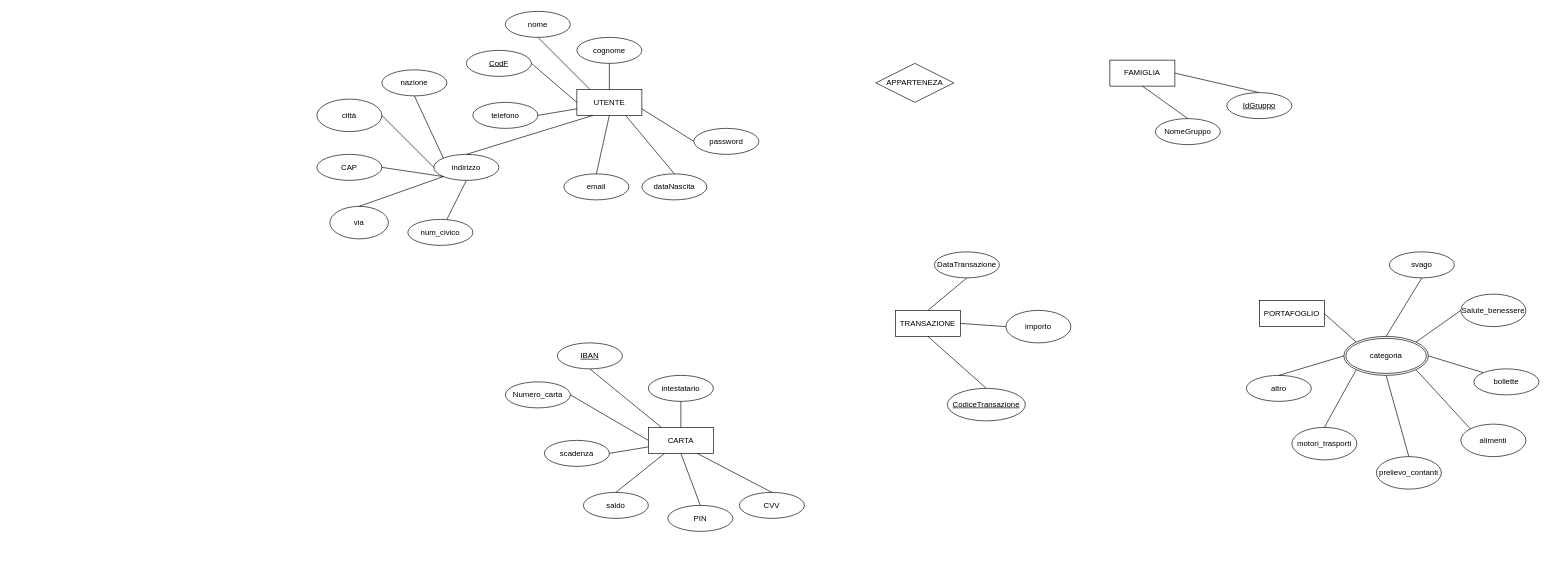
Above: ClassDiagram/baseprog.drawio in giuliagargiulo/Progetto-BDD (draw.io), before the change. Source tidied: cells renumbered, new cells numbered last; positions are measured from the earlier drawing's top-left corner, leaving out a move shared by most shapes. Both pictures are drawn from the tidied source at 65%, with x=0, y=0 at pixel (317, 11).
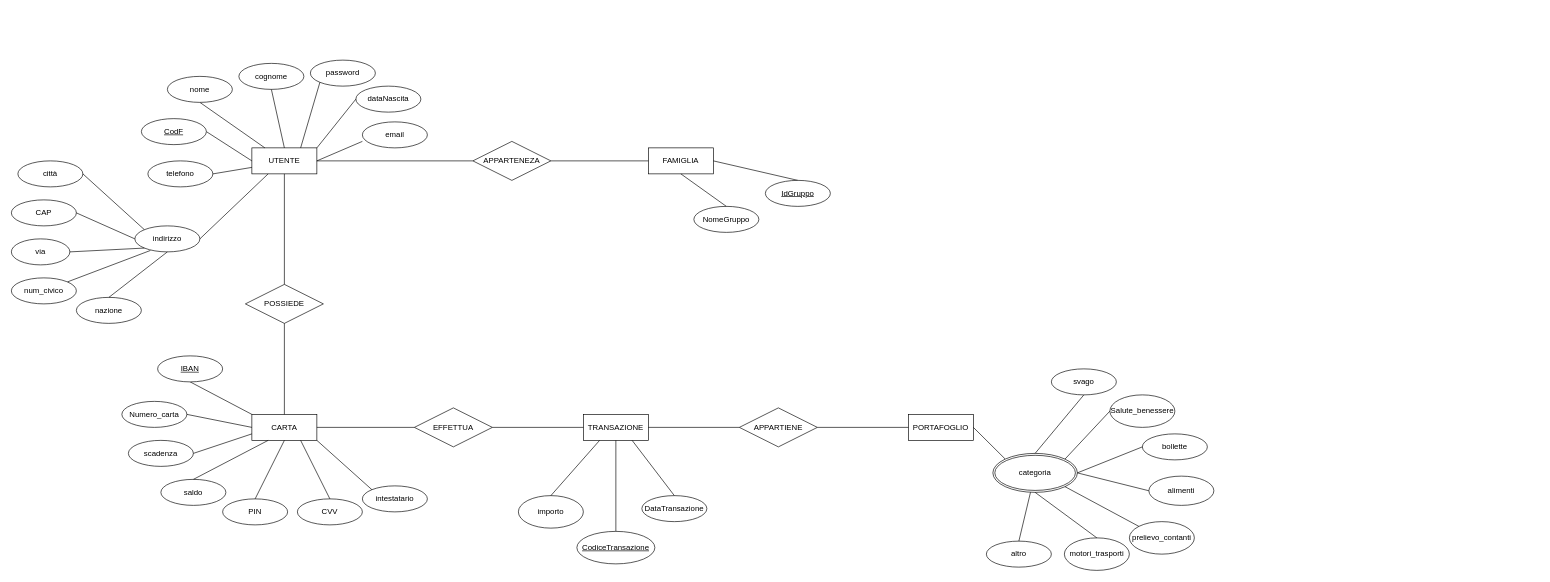
After the change.

What changed in the source:
```diff
@@
     <mxCell id="2" value="UTENTE" style="whiteSpace=wrap;html=1;align=center;rotation=0;" parent="1" vertex="1">
-      <mxGeometry x="400" y="120" width="100" height="40" as="geometry" />
+      <mxGeometry x="-100" y="210" width="100" height="40" as="geometry" />
     </mxCell>
     <mxCell id="3" style="endArrow=none;html=1;rounded=0;entryX=0.5;entryY=1;entryDx=0;entryDy=0;" parent="1" edge="1" target="4">
       <mxGeometry relative="1" as="geometry">
-        <mxPoint x="420" y="120" as="sourcePoint" />
+        <mxPoint x="-80" y="210" as="sourcePoint" />
       </mxGeometry>
     </mxCell>
     <mxCell id="4" value="nome" style="ellipse;whiteSpace=wrap;html=1;align=center;" parent="1" vertex="1">
-      <mxGeometry x="290" width="100" height="40" as="geometry" />
+      <mxGeometry x="-230" y="100" width="100" height="40" as="geometry" />
     </mxCell>
     <mxCell id="5" value="cognome" style="ellipse;whiteSpace=wrap;html=1;align=center;" parent="1" vertex="1">
-      <mxGeometry x="400" y="40" width="100" height="40" as="geometry" />
+      <mxGeometry x="-120" y="80" width="100" height="40" as="geometry" />
     </mxCell>
@@
     <mxCell id="8" value="telefono" style="ellipse;whiteSpace=wrap;html=1;align=center;" parent="1" vertex="1">
-      <mxGeometry x="240" y="140" width="100" height="40" as="geometry" />
+      <mxGeometry x="-260" y="230" width="100" height="40" as="geometry" />
     </mxCell>
@@
     <mxCell id="10" value="indirizzo" style="ellipse;whiteSpace=wrap;html=1;align=center;" parent="1" vertex="1">
-      <mxGeometry x="180" y="220" width="100" height="40" as="geometry" />
+      <mxGeometry x="-280" y="330" width="100" height="40" as="geometry" />
     </mxCell>
     <mxCell id="11" value="email" style="ellipse;whiteSpace=wrap;html=1;align=center;" parent="1" vertex="1">
-      <mxGeometry x="380" y="250" width="100" height="40" as="geometry" />
+      <mxGeometry x="70" y="170" width="100" height="40" as="geometry" />
     </mxCell>
     <mxCell id="12" value="password" style="ellipse;whiteSpace=wrap;html=1;align=center;" parent="1" vertex="1">
-      <mxGeometry x="580" y="180" width="100" height="40" as="geometry" />
+      <mxGeometry x="-10" y="75" width="100" height="40" as="geometry" />
     </mxCell>
     <mxCell id="13" value="dataNascita" style="ellipse;whiteSpace=wrap;html=1;align=center;" parent="1" vertex="1">
-      <mxGeometry x="500" y="250" width="100" height="40" as="geometry" />
+      <mxGeometry x="60" y="115" width="100" height="40" as="geometry" />
     </mxCell>
-    <mxCell id="14" style="endArrow=none;html=1;rounded=0;exitX=0.5;exitY=0;exitDx=0;exitDy=0;entryX=0.25;entryY=1;entryDx=0;entryDy=0;" parent="1" edge="1" source="10" target="2">
+    <mxCell id="14" style="endArrow=none;html=1;rounded=0;exitX=1;exitY=0.5;exitDx=0;exitDy=0;entryX=0.25;entryY=1;entryDx=0;entryDy=0;" parent="1" edge="1" source="10" target="2">
       <mxGeometry relative="1" as="geometry" />
     </mxCell>
-    <mxCell id="15" style="endArrow=none;html=1;rounded=0;entryX=0.5;entryY=1;entryDx=0;entryDy=0;exitX=0.5;exitY=0;exitDx=0;exitDy=0;" parent="1" edge="1" source="11" target="2">
-      <mxGeometry relative="1" as="geometry" />
+    <mxCell id="15" style="endArrow=none;html=1;rounded=0;entryX=1;entryY=0.5;entryDx=0;entryDy=0;" parent="1" edge="1" target="2">
+      <mxGeometry relative="1" as="geometry">
+        <mxPoint x="70" y="200" as="sourcePoint" />
+      </mxGeometry>
     </mxCell>
-    <mxCell id="16" style="endArrow=none;html=1;rounded=0;exitX=0.75;exitY=1;exitDx=0;exitDy=0;entryX=0.5;entryY=0;entryDx=0;entryDy=0;" parent="1" edge="1" source="2" target="13">
+    <mxCell id="16" style="endArrow=none;html=1;rounded=0;exitX=1;exitY=0;exitDx=0;exitDy=0;entryX=0;entryY=0.5;entryDx=0;entryDy=0;" parent="1" edge="1" source="2" target="13">
       <mxGeometry relative="1" as="geometry" />
     </mxCell>
-    <mxCell id="17" style="endArrow=none;html=1;rounded=0;exitX=1;exitY=0.75;exitDx=0;exitDy=0;entryX=0;entryY=0.5;entryDx=0;entryDy=0;" parent="1" edge="1" source="2" target="12">
+    <mxCell id="17" style="endArrow=none;html=1;rounded=0;exitX=0.75;exitY=0;exitDx=0;exitDy=0;entryX=0;entryY=1;entryDx=0;entryDy=0;" parent="1" edge="1" source="2" target="12">
       <mxGeometry relative="1" as="geometry" />
     </mxCell>
     <mxCell id="18" value="CARTA" style="whiteSpace=wrap;html=1;align=center;rotation=0;" parent="1" vertex="1">
-      <mxGeometry x="510" y="640" width="100" height="40" as="geometry" />
+      <mxGeometry x="-100" y="620" width="100" height="40" as="geometry" />
     </mxCell>
-    <mxCell id="19" style="endArrow=none;html=1;rounded=0;entryX=0.5;entryY=1;entryDx=0;entryDy=0;" parent="1" edge="1" target="48">
-      <mxGeometry relative="1" as="geometry">
-        <mxPoint x="530" y="640" as="sourcePoint" />
-      </mxGeometry>
+    <mxCell id="19" style="endArrow=none;html=1;rounded=0;entryX=0.5;entryY=1;entryDx=0;entryDy=0;exitX=0;exitY=0;exitDx=0;exitDy=0;" parent="1" edge="1" source="18" target="48">
+      <mxGeometry relative="1" as="geometry" />
     </mxCell>
     <mxCell id="20" value="intestatario" style="ellipse;whiteSpace=wrap;html=1;align=center;" parent="1" vertex="1">
-      <mxGeometry x="510" y="560" width="100" height="40" as="geometry" />
+      <mxGeometry x="70" y="730" width="100" height="40" as="geometry" />
     </mxCell>
-    <mxCell id="21" style="endArrow=none;html=1;rounded=0;entryX=0.5;entryY=1;entryDx=0;entryDy=0;exitX=0.5;exitY=0;exitDx=0;exitDy=0;" parent="1" edge="1" source="18" target="20">
+    <mxCell id="21" style="endArrow=none;html=1;rounded=0;entryX=0;entryY=0;entryDx=0;entryDy=0;exitX=1;exitY=1;exitDx=0;exitDy=0;" parent="1" edge="1" source="18" target="20">
       <mxGeometry relative="1" as="geometry" />
     </mxCell>
     <mxCell id="22" value="Numero_carta" style="ellipse;whiteSpace=wrap;html=1;align=center;" parent="1" vertex="1">
-      <mxGeometry x="290" y="570" width="100" height="40" as="geometry" />
+      <mxGeometry x="-300" y="600" width="100" height="40" as="geometry" />
     </mxCell>
@@
     <mxCell id="24" value="scadenza" style="ellipse;whiteSpace=wrap;html=1;align=center;" parent="1" vertex="1">
-      <mxGeometry x="350" y="660" width="100" height="40" as="geometry" />
+      <mxGeometry x="-290" y="660" width="100" height="40" as="geometry" />
     </mxCell>
@@
     <mxCell id="26" value="saldo" style="ellipse;whiteSpace=wrap;html=1;align=center;" parent="1" vertex="1">
-      <mxGeometry x="410" y="740" width="100" height="40" as="geometry" />
+      <mxGeometry x="-240" y="720" width="100" height="40" as="geometry" />
     </mxCell>
     <mxCell id="27" value="PIN" style="ellipse;whiteSpace=wrap;html=1;align=center;" parent="1" vertex="1">
-      <mxGeometry x="540" y="760" width="100" height="40" as="geometry" />
+      <mxGeometry x="-145" y="750" width="100" height="40" as="geometry" />
     </mxCell>
     <mxCell id="28" value="CVV" style="ellipse;whiteSpace=wrap;html=1;align=center;" parent="1" vertex="1">
-      <mxGeometry x="650" y="740" width="100" height="40" as="geometry" />
+      <mxGeometry x="-30" y="750" width="100" height="40" as="geometry" />
     </mxCell>
@@
     <mxCell id="32" value="FAMIGLIA" style="whiteSpace=wrap;html=1;align=center;" parent="1" vertex="1">
-      <mxGeometry x="1220" y="75" width="100" height="40" as="geometry" />
+      <mxGeometry x="510" y="210" width="100" height="40" as="geometry" />
     </mxCell>
     <mxCell id="33" value="NomeGruppo" style="ellipse;whiteSpace=wrap;html=1;align=center;" parent="1" vertex="1">
-      <mxGeometry x="1290" y="165" width="100" height="40" as="geometry" />
+      <mxGeometry x="580" y="300" width="100" height="40" as="geometry" />
     </mxCell>
@@
     <mxCell id="36" value="TRANSAZIONE" style="whiteSpace=wrap;html=1;align=center;" parent="1" vertex="1">
-      <mxGeometry x="890" y="460" width="100" height="40" as="geometry" />
+      <mxGeometry x="410" y="620" width="100" height="40" as="geometry" />
     </mxCell>
     <mxCell id="37" value="importo" style="ellipse;whiteSpace=wrap;html=1;align=center;" parent="1" vertex="1">
-      <mxGeometry x="1060" y="460" width="100" height="50" as="geometry" />
+      <mxGeometry x="310" y="745" width="100" height="50" as="geometry" />
     </mxCell>
-    <mxCell id="38" style="endArrow=none;html=1;rounded=0;exitX=0.5;exitY=1;exitDx=0;exitDy=0;entryX=0.5;entryY=0;entryDx=0;entryDy=0;" parent="1" edge="1" source="36" target="47">
+    <mxCell id="38" style="endArrow=none;html=1;rounded=0;entryX=0.5;entryY=0;entryDx=0;entryDy=0;exitX=0.5;exitY=1;exitDx=0;exitDy=0;" parent="1" edge="1" source="36" target="47">
       <mxGeometry relative="1" as="geometry" />
     </mxCell>
-    <mxCell id="39" style="endArrow=none;html=1;rounded=0;exitX=1;exitY=0.5;exitDx=0;exitDy=0;entryX=0;entryY=0.5;entryDx=0;entryDy=0;" parent="1" edge="1" source="36" target="37">
+    <mxCell id="39" style="endArrow=none;html=1;rounded=0;entryX=0.5;entryY=0;entryDx=0;entryDy=0;exitX=0.25;exitY=1;exitDx=0;exitDy=0;" parent="1" edge="1" source="36" target="37">
       <mxGeometry relative="1" as="geometry" />
     </mxCell>
     <mxCell id="40" value="DataTransazione" style="ellipse;whiteSpace=wrap;html=1;align=center;" parent="1" vertex="1">
-      <mxGeometry x="950" y="370" width="100" height="40" as="geometry" />
+      <mxGeometry x="500" y="745" width="100" height="40" as="geometry" />
     </mxCell>
-    <mxCell id="41" style="endArrow=none;html=1;rounded=0;exitX=0.5;exitY=0;exitDx=0;exitDy=0;entryX=0.5;entryY=1;entryDx=0;entryDy=0;" parent="1" edge="1" source="36" target="40">
+    <mxCell id="41" style="endArrow=none;html=1;rounded=0;exitX=0.75;exitY=1;exitDx=0;exitDy=0;entryX=0.5;entryY=0;entryDx=0;entryDy=0;" parent="1" edge="1" source="36" target="40">
       <mxGeometry relative="1" as="geometry" />
     </mxCell>
     <mxCell id="42" value="APPARTENEZA" style="shape=rhombus;perimeter=rhombusPerimeter;whiteSpace=wrap;html=1;align=center;" parent="1" vertex="1">
-      <mxGeometry x="860" y="80" width="120" height="60" as="geometry" />
+      <mxGeometry x="240" y="200" width="120" height="60" as="geometry" />
     </mxCell>
     <mxCell id="43" value="PORTAFOGLIO" style="whiteSpace=wrap;html=1;align=center;" parent="1" vertex="1">
-      <mxGeometry x="1450" y="445" width="100" height="40" as="geometry" />
+      <mxGeometry x="910" y="620" width="100" height="40" as="geometry" />
     </mxCell>
@@
     <mxCell id="45" value="categoria" style="ellipse;shape=doubleEllipse;margin=3;whiteSpace=wrap;html=1;align=center;" parent="1" vertex="1">
-      <mxGeometry x="1580" y="500" width="130" height="60" as="geometry" />
+      <mxGeometry x="1040" y="680" width="130" height="60" as="geometry" />
     </mxCell>
     <mxCell id="46" value="CodF" style="ellipse;whiteSpace=wrap;html=1;align=center;fontStyle=4;" parent="1" vertex="1">
-      <mxGeometry x="230" y="60" width="100" height="40" as="geometry" />
+      <mxGeometry x="-270" y="165" width="100" height="40" as="geometry" />
     </mxCell>
     <mxCell id="47" value="CodiceTransazione" style="ellipse;whiteSpace=wrap;html=1;align=center;fontStyle=4;" parent="1" vertex="1">
-      <mxGeometry x="970" y="580" width="120" height="50" as="geometry" />
+      <mxGeometry x="400" y="800" width="120" height="50" as="geometry" />
     </mxCell>
     <mxCell id="48" value="IBAN" style="ellipse;whiteSpace=wrap;html=1;align=center;fontStyle=4;" parent="1" vertex="1">
-      <mxGeometry x="370" y="510" width="100" height="40" as="geometry" />
+      <mxGeometry x="-245" y="530" width="100" height="40" as="geometry" />
     </mxCell>
     <mxCell id="49" value="IdGruppo" style="ellipse;whiteSpace=wrap;html=1;align=center;fontStyle=4;" parent="1" vertex="1">
-      <mxGeometry x="1400" y="125" width="100" height="40" as="geometry" />
+      <mxGeometry x="690" y="260" width="100" height="40" as="geometry" />
     </mxCell>
     <mxCell id="50" value="svago" style="ellipse;whiteSpace=wrap;html=1;align=center;" parent="1" vertex="1">
-      <mxGeometry x="1650" y="370" width="100" height="40" as="geometry" />
+      <mxGeometry x="1130" y="550" width="100" height="40" as="geometry" />
     </mxCell>
     <mxCell id="51" value="Salute_benessere" style="ellipse;whiteSpace=wrap;html=1;align=center;" parent="1" vertex="1">
-      <mxGeometry x="1760" y="435" width="100" height="50" as="geometry" />
+      <mxGeometry x="1220" y="590" width="100" height="50" as="geometry" />
     </mxCell>
     <mxCell id="52" value="bollette" style="ellipse;whiteSpace=wrap;html=1;align=center;" parent="1" vertex="1">
-      <mxGeometry x="1780" y="550" width="100" height="40" as="geometry" />
+      <mxGeometry x="1270" y="650" width="100" height="40" as="geometry" />
     </mxCell>
     <mxCell id="53" value="alimenti" style="ellipse;whiteSpace=wrap;html=1;align=center;" parent="1" vertex="1">
-      <mxGeometry x="1760" y="635" width="100" height="50" as="geometry" />
+      <mxGeometry x="1280" y="715" width="100" height="45" as="geometry" />
     </mxCell>
     <mxCell id="54" value="altro" style="ellipse;whiteSpace=wrap;html=1;align=center;" parent="1" vertex="1">
-      <mxGeometry x="1430" y="560" width="100" height="40" as="geometry" />
+      <mxGeometry x="1030" y="815" width="100" height="40" as="geometry" />
     </mxCell>
     <mxCell id="55" value="motori_trasporti" style="ellipse;whiteSpace=wrap;html=1;align=center;" parent="1" vertex="1">
-      <mxGeometry x="1500" y="640" width="100" height="50" as="geometry" />
+      <mxGeometry x="1150" y="810" width="100" height="50" as="geometry" />
     </mxCell>
     <mxCell id="56" value="prelievo_contanti" style="ellipse;whiteSpace=wrap;html=1;align=center;" parent="1" vertex="1">
-      <mxGeometry x="1630" y="685" width="100" height="50" as="geometry" />
+      <mxGeometry x="1250" y="785" width="100" height="50" as="geometry" />
     </mxCell>
@@
-    <mxCell id="59" style="endArrow=none;html=1;rounded=0;exitX=1;exitY=0.5;exitDx=0;exitDy=0;entryX=0;entryY=0;entryDx=0;entryDy=0;" parent="1" edge="1" source="45" target="52">
+    <mxCell id="59" style="endArrow=none;html=1;rounded=0;exitX=1;exitY=0.5;exitDx=0;exitDy=0;entryX=0;entryY=0.5;entryDx=0;entryDy=0;" parent="1" edge="1" source="45" target="52">
       <mxGeometry relative="1" as="geometry" />
     </mxCell>
-    <mxCell id="60" style="endArrow=none;html=1;rounded=0;exitX=1;exitY=1;exitDx=0;exitDy=0;entryX=0;entryY=0;entryDx=0;entryDy=0;" parent="1" edge="1" source="45" target="53">
+    <mxCell id="60" style="endArrow=none;html=1;rounded=0;exitX=1;exitY=0.5;exitDx=0;exitDy=0;entryX=0;entryY=0.5;entryDx=0;entryDy=0;" parent="1" edge="1" source="45" target="53">
       <mxGeometry relative="1" as="geometry" />
     </mxCell>
-    <mxCell id="61" style="endArrow=none;html=1;rounded=0;exitX=0.5;exitY=1;exitDx=0;exitDy=0;entryX=0.5;entryY=0;entryDx=0;entryDy=0;" parent="1" edge="1" source="45" target="56">
+    <mxCell id="61" style="endArrow=none;html=1;rounded=0;exitX=1;exitY=1;exitDx=0;exitDy=0;entryX=0;entryY=0;entryDx=0;entryDy=0;" parent="1" edge="1" source="45" target="56">
       <mxGeometry relative="1" as="geometry" />
     </mxCell>
-    <mxCell id="62" style="endArrow=none;html=1;rounded=0;exitX=0;exitY=1;exitDx=0;exitDy=0;entryX=0.5;entryY=0;entryDx=0;entryDy=0;" parent="1" edge="1" source="45" target="55">
+    <mxCell id="62" style="endArrow=none;html=1;rounded=0;exitX=0.5;exitY=1;exitDx=0;exitDy=0;entryX=0.5;entryY=0;entryDx=0;entryDy=0;" parent="1" edge="1" source="45" target="55">
       <mxGeometry relative="1" as="geometry" />
     </mxCell>
-    <mxCell id="63" style="endArrow=none;html=1;rounded=0;exitX=0;exitY=0.5;exitDx=0;exitDy=0;entryX=0.5;entryY=0;entryDx=0;entryDy=0;" parent="1" edge="1" source="45" target="54">
-      <mxGeometry relative="1" as="geometry" />
-    </mxCell>
     <mxCell id="64" value="nazione" style="ellipse;whiteSpace=wrap;html=1;align=center;" parent="1" vertex="1">
-      <mxGeometry x="100" y="90" width="100" height="40" as="geometry" />
+      <mxGeometry x="-370" y="440" width="100" height="40" as="geometry" />
     </mxCell>
     <mxCell id="65" value="città" style="ellipse;whiteSpace=wrap;html=1;align=center;" parent="1" vertex="1">
-      <mxGeometry y="135" width="100" height="50" as="geometry" />
+      <mxGeometry x="-460" y="230" width="100" height="40" as="geometry" />
     </mxCell>
     <mxCell id="66" value="CAP" style="ellipse;whiteSpace=wrap;html=1;align=center;" parent="1" vertex="1">
-      <mxGeometry y="220" width="100" height="40" as="geometry" />
+      <mxGeometry x="-470" y="290" width="100" height="40" as="geometry" />
     </mxCell>
     <mxCell id="67" value="via" style="ellipse;whiteSpace=wrap;html=1;align=center;" parent="1" vertex="1">
-      <mxGeometry x="20" y="300" width="90" height="50" as="geometry" />
+      <mxGeometry x="-470" y="350" width="90" height="40" as="geometry" />
     </mxCell>
-    <mxCell id="68" style="endArrow=none;html=1;rounded=0;exitX=0.5;exitY=1;exitDx=0;exitDy=0;entryX=0;entryY=0;entryDx=0;entryDy=0;" parent="1" edge="1" source="64" target="10">
-      <mxGeometry relative="1" as="geometry" />
+    <mxCell id="68" style="endArrow=none;html=1;rounded=0;exitX=0.5;exitY=0;exitDx=0;exitDy=0;" parent="1" edge="1" source="64">
+      <mxGeometry relative="1" as="geometry">
+        <mxPoint x="-230" y="370" as="targetPoint" />
+      </mxGeometry>
     </mxCell>
-    <mxCell id="69" style="endArrow=none;html=1;rounded=0;exitX=0;exitY=0.5;exitDx=0;exitDy=0;entryX=1;entryY=0.5;entryDx=0;entryDy=0;" parent="1" edge="1" source="10" target="65">
+    <mxCell id="69" style="endArrow=none;html=1;rounded=0;exitX=0;exitY=0;exitDx=0;exitDy=0;entryX=1;entryY=0.5;entryDx=0;entryDy=0;" parent="1" edge="1" source="10" target="65">
       <mxGeometry relative="1" as="geometry" />
     </mxCell>
-    <mxCell id="70" style="endArrow=none;html=1;rounded=0;exitX=0;exitY=1;exitDx=0;exitDy=0;entryX=1;entryY=0.5;entryDx=0;entryDy=0;" parent="1" edge="1" source="10" target="66">
+    <mxCell id="70" style="endArrow=none;html=1;rounded=0;exitX=0;exitY=0.5;exitDx=0;exitDy=0;entryX=1;entryY=0.5;entryDx=0;entryDy=0;" parent="1" edge="1" source="10" target="66">
       <mxGeometry relative="1" as="geometry" />
     </mxCell>
-    <mxCell id="71" style="endArrow=none;html=1;rounded=0;exitX=0;exitY=1;exitDx=0;exitDy=0;entryX=0.5;entryY=0;entryDx=0;entryDy=0;" parent="1" edge="1" source="10" target="67">
+    <mxCell id="71" style="endArrow=none;html=1;rounded=0;exitX=0;exitY=1;exitDx=0;exitDy=0;entryX=1;entryY=0.5;entryDx=0;entryDy=0;" parent="1" edge="1" source="10" target="67">
       <mxGeometry relative="1" as="geometry" />
     </mxCell>
-    <mxCell id="72" style="endArrow=none;html=1;rounded=0;exitX=0.5;exitY=1;exitDx=0;exitDy=0;" parent="1" edge="1" source="10" target="73">
+    <mxCell id="72" style="endArrow=none;html=1;rounded=0;exitX=0.238;exitY=0.947;exitDx=0;exitDy=0;exitPerimeter=0;" parent="1" edge="1" source="10" target="73">
       <mxGeometry relative="1" as="geometry" />
     </mxCell>
     <mxCell id="73" value="num_civico" style="ellipse;whiteSpace=wrap;html=1;align=center;" parent="1" vertex="1">
-      <mxGeometry x="140" y="320" width="100" height="40" as="geometry" />
+      <mxGeometry x="-470" y="410" width="100" height="40" as="geometry" />
     </mxCell>
+    <mxCell id="74" value="POSSIEDE" style="shape=rhombus;perimeter=rhombusPerimeter;whiteSpace=wrap;html=1;align=center;" parent="1" vertex="1">
+      <mxGeometry x="-110" y="420" width="120" height="60" as="geometry" />
+    </mxCell>
+    <mxCell id="75" style="endArrow=none;html=1;rounded=0;entryX=0.5;entryY=1;entryDx=0;entryDy=0;exitX=0.5;exitY=0;exitDx=0;exitDy=0;" parent="1" edge="1" source="74" target="2">
+      <mxGeometry relative="1" as="geometry" />
+    </mxCell>
+    <mxCell id="76" style="endArrow=none;html=1;rounded=0;exitX=0.5;exitY=0;exitDx=0;exitDy=0;entryX=0.5;entryY=1;entryDx=0;entryDy=0;" parent="1" edge="1" source="18" target="74">
+      <mxGeometry relative="1" as="geometry" />
+    </mxCell>
+    <mxCell id="77" style="endArrow=none;html=1;rounded=0;exitX=1;exitY=0.5;exitDx=0;exitDy=0;entryX=0;entryY=0.5;entryDx=0;entryDy=0;" parent="1" edge="1" source="2" target="42">
+      <mxGeometry relative="1" as="geometry" />
+    </mxCell>
+    <mxCell id="78" style="endArrow=none;html=1;rounded=0;entryX=0;entryY=0.5;entryDx=0;entryDy=0;exitX=1;exitY=0.5;exitDx=0;exitDy=0;" parent="1" edge="1" source="42" target="32">
+      <mxGeometry relative="1" as="geometry" />
+    </mxCell>
+    <mxCell id="79" value="EFFETTUA" style="shape=rhombus;perimeter=rhombusPerimeter;whiteSpace=wrap;html=1;align=center;" parent="1" vertex="1">
+      <mxGeometry x="150" y="610" width="120" height="60" as="geometry" />
+    </mxCell>
+    <mxCell id="80" style="endArrow=none;html=1;rounded=0;exitX=1;exitY=0.5;exitDx=0;exitDy=0;entryX=0;entryY=0.5;entryDx=0;entryDy=0;" parent="1" edge="1" source="18" target="79">
+      <mxGeometry relative="1" as="geometry" />
+    </mxCell>
+    <mxCell id="81" style="endArrow=none;html=1;rounded=0;exitX=1;exitY=0.5;exitDx=0;exitDy=0;entryX=0;entryY=0.5;entryDx=0;entryDy=0;" parent="1" edge="1" source="79" target="36">
+      <mxGeometry relative="1" as="geometry" />
+    </mxCell>
+    <mxCell id="82" value="APPARTIENE" style="shape=rhombus;perimeter=rhombusPerimeter;whiteSpace=wrap;html=1;align=center;" parent="1" vertex="1">
+      <mxGeometry x="650" y="610" width="120" height="60" as="geometry" />
+    </mxCell>
+    <mxCell id="83" style="endArrow=none;html=1;rounded=0;exitX=0.5;exitY=0;exitDx=0;exitDy=0;" parent="1" edge="1" source="54" target="45">
+      <mxGeometry relative="1" as="geometry" />
+    </mxCell>
+    <mxCell id="84" style="endArrow=none;html=1;rounded=0;exitX=1;exitY=0.5;exitDx=0;exitDy=0;entryX=0;entryY=0.5;entryDx=0;entryDy=0;" parent="1" edge="1" source="82" target="43">
+      <mxGeometry relative="1" as="geometry" />
+    </mxCell>
+    <mxCell id="85" style="endArrow=none;html=1;rounded=0;exitX=1;exitY=0.5;exitDx=0;exitDy=0;entryX=0;entryY=0.5;entryDx=0;entryDy=0;" parent="1" edge="1" source="36" target="82">
+      <mxGeometry relative="1" as="geometry" />
+    </mxCell>
```
